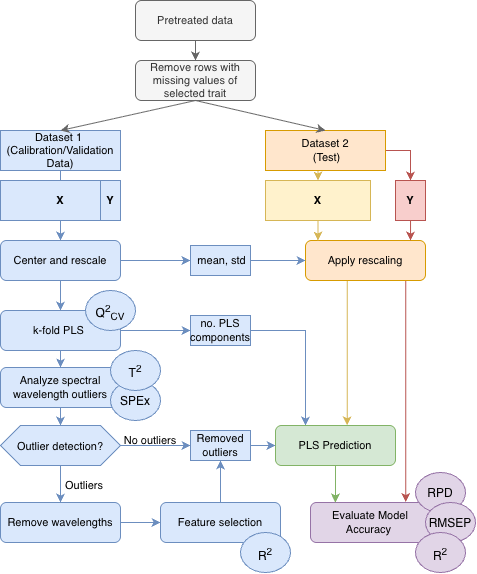
The draw.io diagram Documentation/flowchart.drawio.png in us-ja/ADAML-Hyperspectral-Soft-Sensor, before a commit. Source tidied: cells renumbered, new cells last; positions are measured from the earlier drawing's top-left corner, leaving out a move shared by most shapes.
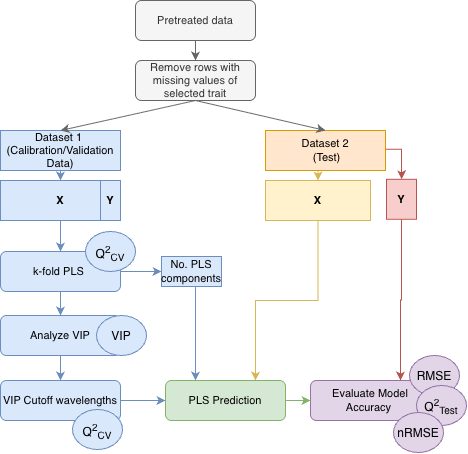
Above is the later version.

Change to the diagram source:
```diff
@@ -2,18 +2,15 @@
   <root>
     <mxCell id="0" />
     <mxCell id="1" parent="0" />
+    <mxCell id="55" style="edgeStyle=orthogonalEdgeStyle;rounded=0;jettySize=auto;html=1;fillColor=#fff2cc;strokeColor=#d6b656;entryX=0.75;entryY=0;entryDx=0;entryDy=0;" parent="1" edge="1" source="2" target="30">
+      <mxGeometry relative="1" as="geometry" />
+    </mxCell>
     <mxCell id="2" value="&lt;b&gt;X&lt;/b&gt;" style="rounded=0;whiteSpace=wrap;html=1;fontSize=11;fillColor=#fff2cc;strokeColor=#d6b656;" parent="1" vertex="1">
       <mxGeometry x="265" y="180" width="105" height="40" as="geometry" />
     </mxCell>
-    <mxCell id="3" style="edgeStyle=orthogonalEdgeStyle;rounded=0;jettySize=auto;html=1;fontSize=11;fillColor=#dae8fc;strokeColor=#6c8ebf;" parent="1" edge="1" source="5" target="54">
-      <mxGeometry relative="1" as="geometry" />
-    </mxCell>
-    <mxCell id="4" style="edgeStyle=orthogonalEdgeStyle;rounded=0;jettySize=auto;html=1;entryX=0.5;entryY=0;entryDx=0;entryDy=0;fontSize=11;fillColor=#dae8fc;strokeColor=#6c8ebf;" parent="1" edge="1" source="5" target="27">
+    <mxCell id="4" style="edgeStyle=orthogonalEdgeStyle;rounded=0;jettySize=auto;html=1;entryX=0.5;entryY=0;entryDx=0;entryDy=0;fontSize=11;fillColor=#dae8fc;strokeColor=#6c8ebf;exitX=0.5;exitY=1;exitDx=0;exitDy=0;" parent="1" edge="1" source="34" target="27">
       <mxGeometry relative="1" as="geometry" />
     </mxCell>
-    <mxCell id="5" value="Center and rescale" style="rounded=1;whiteSpace=wrap;html=1;fontSize=11;fillColor=#dae8fc;strokeColor=#6c8ebf;" parent="1" vertex="1">
-      <mxGeometry y="240" width="120" height="40" as="geometry" />
-    </mxCell>
     <mxCell id="6" style="edgeStyle=orthogonalEdgeStyle;rounded=0;jettySize=auto;html=1;entryX=0.5;entryY=0;entryDx=0;entryDy=0;fontSize=11;fillColor=#f5f5f5;strokeColor=#666666;" parent="1" edge="1" source="7" target="9">
       <mxGeometry relative="1" as="geometry" />
     </mxCell>
@@ -21,24 +18,25 @@
       <mxGeometry x="135" width="120" height="40" as="geometry" />
     </mxCell>
     <mxCell id="8" value="&lt;b&gt;Y&lt;/b&gt;" style="rounded=0;whiteSpace=wrap;html=1;fontSize=11;fillColor=#f8cecc;strokeColor=#b85450;" parent="1" vertex="1">
-      <mxGeometry x="395" y="180" width="30" height="40" as="geometry" />
+      <mxGeometry x="386" y="178.8" width="30" height="40" as="geometry" />
     </mxCell>
     <mxCell id="9" value="Remove rows with missing values of selected trait" style="rounded=1;whiteSpace=wrap;html=1;fontSize=11;fillColor=#f5f5f5;fontColor=#333333;strokeColor=#666666;" parent="1" vertex="1">
       <mxGeometry x="135" y="60" width="120" height="40" as="geometry" />
     </mxCell>
-    <mxCell id="10" style="edgeStyle=orthogonalEdgeStyle;rounded=0;jettySize=auto;html=1;entryX=0.5;entryY=0;entryDx=0;entryDy=0;fontSize=11;fillColor=#dae8fc;strokeColor=#6c8ebf;" parent="1" edge="1" source="11" target="5">
-      <mxGeometry relative="1" as="geometry" />
-    </mxCell>
+    <mxCell id="56" style="edgeStyle=orthogonalEdgeStyle;rounded=0;jettySize=auto;html=1;entryX=0.5;entryY=0;entryDx=0;entryDy=0;fillColor=#dae8fc;strokeColor=#6c8ebf;" parent="1" edge="1" source="11" target="34">
+      <mxGeometry relative="1" as="geometry" />
+    </mxCell>
     <mxCell id="11" value="Dataset 1&amp;nbsp;&lt;div&gt;(Calibration/Validation Data)&lt;/div&gt;" style="rounded=0;whiteSpace=wrap;html=1;fontSize=11;fillColor=#dae8fc;strokeColor=#6c8ebf;" parent="1" vertex="1">
       <mxGeometry y="130" width="120" height="40" as="geometry" />
     </mxCell>
     <mxCell id="12" style="edgeStyle=orthogonalEdgeStyle;rounded=0;jettySize=auto;html=1;entryX=0.5;entryY=0;entryDx=0;entryDy=0;exitX=0.5;exitY=1;exitDx=0;exitDy=0;fontSize=11;fillColor=#fff2cc;strokeColor=#d6b656;" parent="1" edge="1" source="14" target="2">
       <mxGeometry relative="1" as="geometry" />
     </mxCell>
-    <mxCell id="13" style="edgeStyle=orthogonalEdgeStyle;rounded=0;jettySize=auto;html=1;entryX=0.5;entryY=0;entryDx=0;entryDy=0;fontSize=11;fillColor=#f8cecc;strokeColor=#b85450;" parent="1" edge="1" source="14" target="8">
+    <mxCell id="13" style="edgeStyle=orthogonalEdgeStyle;rounded=0;jettySize=auto;html=1;entryX=0.5;entryY=0;entryDx=0;entryDy=0;fontSize=11;fillColor=#f8cecc;strokeColor=#b85450;" parent="1" edge="1" target="8">
       <mxGeometry relative="1" as="geometry">
+        <mxPoint x="376" y="148.8" as="sourcePoint" />
         <Array as="points">
-          <mxPoint x="410" y="150" />
+          <mxPoint x="401" y="148.8" />
         </Array>
       </mxGeometry>
     </mxCell>
@@ -51,69 +49,36 @@
     <mxCell id="16" style="endArrow=classic;html=1;rounded=0;exitX=0.5;exitY=1;exitDx=0;exitDy=0;entryX=0.5;entryY=0;entryDx=0;entryDy=0;fontSize=11;fillColor=#f5f5f5;strokeColor=#666666;" parent="1" edge="1" source="9" target="14">
       <mxGeometry relative="1" as="geometry" />
     </mxCell>
-    <mxCell id="17" style="edgeStyle=orthogonalEdgeStyle;rounded=0;jettySize=auto;html=1;entryX=0.598;entryY=-0.004;entryDx=0;entryDy=0;fillColor=#fff2cc;strokeColor=#d6b656;exitX=0.376;exitY=0.993;exitDx=0;exitDy=0;exitPerimeter=0;entryPerimeter=0;" parent="1" edge="1" source="19" target="30">
-      <mxGeometry relative="1" as="geometry">
-        <Array as="points">
-          <mxPoint x="346.8" y="279.7" />
-        </Array>
-      </mxGeometry>
-    </mxCell>
-    <mxCell id="18" style="edgeStyle=orthogonalEdgeStyle;rounded=0;jettySize=auto;html=1;exitX=0.835;exitY=0.994;exitDx=0;exitDy=0;exitPerimeter=0;fillColor=#f8cecc;strokeColor=#b85450;entryX=0.794;entryY=-0.012;entryDx=0;entryDy=0;entryPerimeter=0;" parent="1" edge="1" source="19" target="33">
-      <mxGeometry relative="1" as="geometry" />
-    </mxCell>
-    <mxCell id="19" value="Apply rescaling" style="rounded=1;whiteSpace=wrap;html=1;fontSize=11;fillColor=#ffe6cc;strokeColor=#d79b00;" parent="1" vertex="1">
-      <mxGeometry x="305" y="240" width="120" height="40" as="geometry" />
-    </mxCell>
-    <mxCell id="20" style="edgeStyle=orthogonalEdgeStyle;rounded=0;jettySize=auto;html=1;fontSize=11;fillColor=#dae8fc;strokeColor=#6c8ebf;" parent="1" edge="1" source="54" target="19">
-      <mxGeometry relative="1" as="geometry" />
-    </mxCell>
-    <mxCell id="21" style="edgeStyle=orthogonalEdgeStyle;rounded=0;jettySize=auto;html=1;entryX=0;entryY=0.5;entryDx=0;entryDy=0;fontSize=11;fillColor=#dae8fc;strokeColor=#6c8ebf;" parent="1" edge="1" source="22" target="42">
+    <mxCell id="21" style="edgeStyle=orthogonalEdgeStyle;rounded=0;jettySize=auto;html=1;entryX=0.5;entryY=0;entryDx=0;entryDy=0;fontSize=11;fillColor=#dae8fc;strokeColor=#6c8ebf;" parent="1" edge="1" source="22" target="42">
       <mxGeometry relative="1" as="geometry" />
     </mxCell>
-    <mxCell id="22" value="Remove wavelengths" style="rounded=1;whiteSpace=wrap;html=1;fontSize=11;fillColor=#dae8fc;strokeColor=#6c8ebf;" parent="1" vertex="1">
-      <mxGeometry y="502" width="120" height="40" as="geometry" />
+    <mxCell id="22" value="Analyze VIP" style="rounded=1;whiteSpace=wrap;html=1;fontSize=11;fillColor=#dae8fc;strokeColor=#6c8ebf;" parent="1" vertex="1">
+      <mxGeometry y="315" width="120" height="40" as="geometry" />
     </mxCell>
-    <mxCell id="23" style="edgeStyle=orthogonalEdgeStyle;rounded=0;jettySize=auto;html=1;fillColor=#dae8fc;strokeColor=#6c8ebf;" parent="1" edge="1" source="24" target="38">
-      <mxGeometry relative="1" as="geometry" />
-    </mxCell>
-    <mxCell id="24" value="Analyze spectral wavelength outliers" style="rounded=1;whiteSpace=wrap;html=1;fontSize=11;fillColor=#dae8fc;strokeColor=#6c8ebf;" parent="1" vertex="1">
-      <mxGeometry y="367" width="120" height="40" as="geometry" />
-    </mxCell>
     <mxCell id="25" style="edgeStyle=orthogonalEdgeStyle;rounded=0;jettySize=auto;html=1;fontSize=11;fillColor=#dae8fc;strokeColor=#6c8ebf;" parent="1" edge="1" source="27" target="29">
       <mxGeometry relative="1" as="geometry" />
     </mxCell>
-    <mxCell id="26" style="edgeStyle=orthogonalEdgeStyle;rounded=0;jettySize=auto;html=1;entryX=0.5;entryY=0;entryDx=0;entryDy=0;fillColor=#dae8fc;strokeColor=#6c8ebf;" parent="1" edge="1" source="27" target="24">
-      <mxGeometry relative="1" as="geometry">
-        <Array as="points">
-          <mxPoint x="60" y="360" />
-          <mxPoint x="60" y="360" />
-        </Array>
-      </mxGeometry>
-    </mxCell>
     <mxCell id="27" value="k-fold PLS&amp;nbsp;" style="rounded=1;whiteSpace=wrap;html=1;fontSize=11;fillColor=#dae8fc;strokeColor=#6c8ebf;" parent="1" vertex="1">
-      <mxGeometry y="310" width="120" height="40" as="geometry" />
+      <mxGeometry y="251" width="120" height="40" as="geometry" />
     </mxCell>
     <mxCell id="28" style="edgeStyle=orthogonalEdgeStyle;rounded=0;jettySize=auto;html=1;fontSize=11;fillColor=#dae8fc;strokeColor=#6c8ebf;entryX=0.25;entryY=0;entryDx=0;entryDy=0;" parent="1" edge="1" source="29" target="30">
       <mxGeometry relative="1" as="geometry">
         <Array as="points">
-          <mxPoint x="305" y="330" />
+          <mxPoint x="194" y="380" />
         </Array>
       </mxGeometry>
     </mxCell>
-    <mxCell id="29" value="no. PLS components" style="rounded=0;whiteSpace=wrap;html=1;fontSize=11;fillColor=#dae8fc;strokeColor=#6c8ebf;" parent="1" vertex="1">
-      <mxGeometry x="190" y="315" width="60" height="30" as="geometry" />
+    <mxCell id="29" value="No. PLS components" style="rounded=0;whiteSpace=wrap;html=1;fontSize=11;fillColor=#dae8fc;strokeColor=#6c8ebf;" parent="1" vertex="1">
+      <mxGeometry x="161" y="256" width="60" height="30" as="geometry" />
     </mxCell>
     <mxCell id="30" value="PLS Prediction" style="rounded=1;whiteSpace=wrap;html=1;fontSize=11;fillColor=#d5e8d4;strokeColor=#82b366;" parent="1" vertex="1">
-      <mxGeometry x="275" y="425" width="120" height="40" as="geometry" />
+      <mxGeometry x="165" y="380" width="120" height="40" as="geometry" />
     </mxCell>
-    <mxCell id="31" style="edgeStyle=orthogonalEdgeStyle;rounded=0;jettySize=auto;html=1;entryX=0;entryY=0.5;entryDx=0;entryDy=0;fontSize=11;fillColor=#dae8fc;strokeColor=#6c8ebf;" parent="1" edge="1" source="32" target="30">
+    <mxCell id="31" style="edgeStyle=orthogonalEdgeStyle;rounded=0;jettySize=auto;html=1;entryX=0;entryY=0.5;entryDx=0;entryDy=0;fontSize=11;fillColor=#dae8fc;strokeColor=#6c8ebf;exitX=1;exitY=0.5;exitDx=0;exitDy=0;" parent="1" edge="1" source="42" target="30">
       <mxGeometry relative="1" as="geometry" />
     </mxCell>
-    <mxCell id="32" value="Removed outliers" style="rounded=0;whiteSpace=wrap;html=1;fontSize=11;fillColor=#dae8fc;strokeColor=#6c8ebf;" parent="1" vertex="1">
-      <mxGeometry x="190" y="430" width="60" height="30" as="geometry" />
-    </mxCell>
     <mxCell id="33" value="Evaluate Model Accuracy&amp;nbsp;" style="rounded=1;whiteSpace=wrap;html=1;fontSize=11;fillColor=#e1d5e7;strokeColor=#9673a6;" parent="1" vertex="1">
-      <mxGeometry x="310" y="502" width="120" height="40" as="geometry" />
+      <mxGeometry x="310" y="380" width="120" height="40" as="geometry" />
     </mxCell>
     <mxCell id="34" value="&lt;b&gt;X&lt;/b&gt;" style="rounded=0;whiteSpace=wrap;html=1;fontSize=11;fillColor=#dae8fc;strokeColor=#6c8ebf;" parent="1" vertex="1">
       <mxGeometry y="180" width="120" height="40" as="geometry" />
@@ -121,66 +86,35 @@
     <mxCell id="35" value="&lt;b&gt;Y&lt;/b&gt;" style="rounded=0;whiteSpace=wrap;html=1;fontSize=11;fillColor=#dae8fc;strokeColor=#6c8ebf;" parent="1" vertex="1">
       <mxGeometry x="100" y="180" width="20" height="40" as="geometry" />
     </mxCell>
-    <mxCell id="36" style="edgeStyle=orthogonalEdgeStyle;rounded=0;jettySize=auto;html=1;entryX=0;entryY=0.5;entryDx=0;entryDy=0;fontSize=11;fillColor=#dae8fc;strokeColor=#6c8ebf;" parent="1" edge="1" source="38" target="32">
-      <mxGeometry relative="1" as="geometry" />
-    </mxCell>
-    <mxCell id="37" style="edgeStyle=orthogonalEdgeStyle;rounded=0;jettySize=auto;html=1;entryX=0.5;entryY=0;entryDx=0;entryDy=0;fontSize=11;fillColor=#dae8fc;strokeColor=#6c8ebf;" parent="1" edge="1" source="38" target="22">
+    <mxCell id="37" style="edgeStyle=orthogonalEdgeStyle;rounded=0;jettySize=auto;html=1;entryX=0.5;entryY=0;entryDx=0;entryDy=0;fontSize=11;fillColor=#dae8fc;strokeColor=#6c8ebf;exitX=0.5;exitY=1;exitDx=0;exitDy=0;" parent="1" edge="1" source="27" target="22">
       <mxGeometry relative="1" as="geometry" />
     </mxCell>
-    <mxCell id="38" value="Outlier detection?" style="shape=hexagon;perimeter=hexagonPerimeter2;whiteSpace=wrap;html=1;shapeInside=1;fixedSize=1;fontSize=11;fillColor=#dae8fc;strokeColor=#6c8ebf;" parent="1" vertex="1">
-      <mxGeometry y="425" width="120" height="40" as="geometry" />
-    </mxCell>
-    <mxCell id="39" value="No outliers" style="text;html=1;whiteSpace=wrap;align=center;verticalAlign=middle;rounded=0;fontSize=11;" parent="1" vertex="1">
-      <mxGeometry x="120" y="425" width="60" height="30" as="geometry" />
-    </mxCell>
-    <mxCell id="40" value="Outliers" style="text;html=1;whiteSpace=wrap;align=center;verticalAlign=middle;rounded=0;fontSize=11;" parent="1" vertex="1">
-      <mxGeometry x="54" y="470" width="60" height="30" as="geometry" />
-    </mxCell>
-    <mxCell id="41" style="edgeStyle=orthogonalEdgeStyle;rounded=0;jettySize=auto;html=1;entryX=0.5;entryY=1;entryDx=0;entryDy=0;fillColor=#dae8fc;strokeColor=#6c8ebf;" parent="1" edge="1" source="42" target="32">
-      <mxGeometry relative="1" as="geometry" />
-    </mxCell>
-    <mxCell id="42" value="Feature selection" style="rounded=1;whiteSpace=wrap;html=1;fontSize=11;fillColor=#dae8fc;strokeColor=#6c8ebf;" parent="1" vertex="1">
-      <mxGeometry x="160" y="502" width="120" height="40" as="geometry" />
+    <mxCell id="42" value="VIP Cutoff wavelengths" style="rounded=1;whiteSpace=wrap;html=1;fontSize=11;fillColor=#dae8fc;strokeColor=#6c8ebf;" parent="1" vertex="1">
+      <mxGeometry y="380" width="120" height="40" as="geometry" />
     </mxCell>
-    <mxCell id="43" style="edgeStyle=orthogonalEdgeStyle;rounded=0;jettySize=auto;html=1;fontSize=11;fillColor=#fff2cc;strokeColor=#d6b656;" parent="1" edge="1" source="2">
-      <mxGeometry relative="1" as="geometry">
-        <mxPoint x="317.5" y="240" as="targetPoint" />
-      </mxGeometry>
-    </mxCell>
-    <mxCell id="44" style="edgeStyle=orthogonalEdgeStyle;rounded=0;jettySize=auto;html=1;entryX=0.207;entryY=-0.001;entryDx=0;entryDy=0;entryPerimeter=0;fillColor=#d5e8d4;strokeColor=#82b366;" parent="1" edge="1" source="30" target="33">
+    <mxCell id="44" style="edgeStyle=orthogonalEdgeStyle;rounded=0;jettySize=auto;html=1;entryX=0;entryY=0.5;entryDx=0;entryDy=0;fillColor=#d5e8d4;strokeColor=#82b366;" parent="1" edge="1" source="30" target="33">
       <mxGeometry relative="1" as="geometry" />
     </mxCell>
-    <mxCell id="45" value="R&lt;sup&gt;2&lt;/sup&gt;" style="ellipse;whiteSpace=wrap;html=1;shapeInside=1;fillColor=#dae8fc;strokeColor=#6c8ebf;" parent="1" vertex="1">
-      <mxGeometry x="240" y="532" width="50" height="40" as="geometry" />
+    <mxCell id="45" value="VIP" style="ellipse;whiteSpace=wrap;html=1;shapeInside=1;fillColor=#dae8fc;strokeColor=#6c8ebf;" parent="1" vertex="1">
+      <mxGeometry x="96" y="315" width="50" height="40" as="geometry" />
     </mxCell>
-    <mxCell id="46" value="RPD" style="ellipse;whiteSpace=wrap;html=1;shapeInside=1;fillColor=#e1d5e7;strokeColor=#9673a6;" parent="1" vertex="1">
-      <mxGeometry x="415" y="472" width="50" height="40" as="geometry" />
-    </mxCell>
-    <mxCell id="47" value="SPEx" style="ellipse;whiteSpace=wrap;html=1;shapeInside=1;fillColor=#dae8fc;strokeColor=#6c8ebf;" parent="1" vertex="1">
-      <mxGeometry x="110" y="380" width="50" height="40" as="geometry" />
-    </mxCell>
-    <mxCell id="48" value="&lt;br&gt;T&lt;sup&gt;2&lt;/sup&gt;" style="ellipse;whiteSpace=wrap;html=1;shapeInside=1;fillColor=#dae8fc;strokeColor=#6c8ebf;" parent="1" vertex="1">
-      <mxGeometry x="110" y="350" width="50" height="40" as="geometry" />
-    </mxCell>
-    <mxCell id="49" value="RMSEP" style="ellipse;whiteSpace=wrap;html=1;shapeInside=1;fillColor=#e1d5e7;strokeColor=#9673a6;" parent="1" vertex="1">
-      <mxGeometry x="425" y="502" width="50" height="40" as="geometry" />
+    <mxCell id="49" value="RMSE" style="ellipse;whiteSpace=wrap;html=1;shapeInside=1;fillColor=#e1d5e7;strokeColor=#9673a6;" parent="1" vertex="1">
+      <mxGeometry x="409" y="355" width="50" height="40" as="geometry" />
     </mxCell>
     <mxCell id="50" value="Q&lt;sup&gt;2&lt;/sup&gt;&lt;sub&gt;CV&lt;/sub&gt;" style="ellipse;whiteSpace=wrap;html=1;shapeInside=1;fillColor=#dae8fc;strokeColor=#6c8ebf;" parent="1" vertex="1">
-      <mxGeometry x="85" y="290" width="50" height="40" as="geometry" />
+      <mxGeometry x="85" y="231" width="50" height="40" as="geometry" />
     </mxCell>
-    <mxCell id="51" value="R&lt;sup&gt;2&lt;/sup&gt;" style="ellipse;whiteSpace=wrap;html=1;shapeInside=1;fillColor=#e1d5e7;strokeColor=#9673a6;" parent="1" vertex="1">
-      <mxGeometry x="415" y="532" width="50" height="40" as="geometry" />
+    <mxCell id="51" value="Q&lt;sup&gt;2&lt;/sup&gt;&lt;sub&gt;Test&lt;/sub&gt;" style="ellipse;whiteSpace=wrap;html=1;shapeInside=1;fillColor=#e1d5e7;strokeColor=#9673a6;" parent="1" vertex="1">
+      <mxGeometry x="416" y="385" width="50" height="40" as="geometry" />
     </mxCell>
-    <mxCell id="52" style="edgeStyle=orthogonalEdgeStyle;rounded=0;jettySize=auto;html=1;entryX=0.881;entryY=0.023;entryDx=0;entryDy=0;entryPerimeter=0;fillColor=#f8cecc;strokeColor=#b85450;" parent="1" edge="1" source="8" target="19">
+    <mxCell id="52" style="edgeStyle=orthogonalEdgeStyle;rounded=0;jettySize=auto;html=1;fillColor=#f8cecc;strokeColor=#b85450;entryX=0.75;entryY=0;entryDx=0;entryDy=0;" parent="1" edge="1" source="8" target="33">
       <mxGeometry relative="1" as="geometry" />
     </mxCell>
-    <mxCell id="53" style="edgeStyle=orthogonalEdgeStyle;rounded=0;jettySize=auto;html=1;fontSize=11;fillColor=#dae8fc;strokeColor=#6c8ebf;" parent="1" edge="1" target="54">
-      <mxGeometry relative="1" as="geometry">
-        <mxPoint x="185" y="260" as="sourcePoint" />
-      </mxGeometry>
-    </mxCell>
-    <mxCell id="54" value="&amp;nbsp;mean, std" style="rounded=0;whiteSpace=wrap;html=1;fontSize=11;fillColor=#dae8fc;strokeColor=#6c8ebf;" parent="1" vertex="1">
-      <mxGeometry x="190" y="245" width="60" height="30" as="geometry" />
-    </mxCell>
+    <mxCell id="57" value="Q&lt;sup&gt;2&lt;/sup&gt;&lt;sub&gt;CV&lt;/sub&gt;" style="ellipse;whiteSpace=wrap;html=1;shapeInside=1;fillColor=#dae8fc;strokeColor=#6c8ebf;" parent="1" vertex="1">
+      <mxGeometry x="72" y="409" width="50" height="40" as="geometry" />
+    </mxCell>
+    <mxCell id="58" value="nRMSE" style="ellipse;whiteSpace=wrap;html=1;shapeInside=1;fillColor=#e1d5e7;strokeColor=#9673a6;" parent="1" vertex="1">
+      <mxGeometry x="393" y="412" width="50" height="40" as="geometry" />
+    </mxCell>
   </root>
 </mxGraphModel>
```
